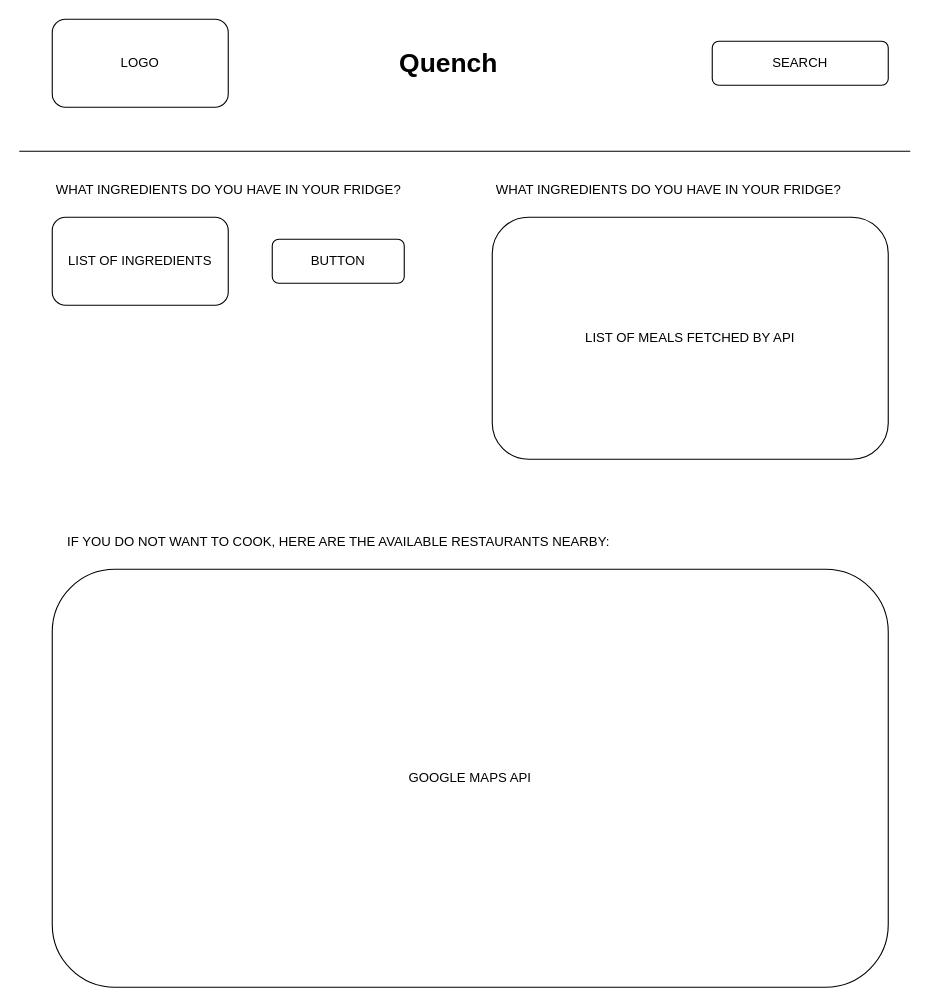
Earlier version of the draw.io diagram page "Page-1" (1 of 4) of QuenchWireframe.drawio (Shaitan5723/07-Project-Satisfy). Source tidied: cells renumbered, new cells numbered last; positions are measured from the earlier drawing's top-left corner, leaving out a move shared by most shapes. Both pictures are drawn from the tidied source at 110%, with x=0, y=0 at pixel (19, 19).
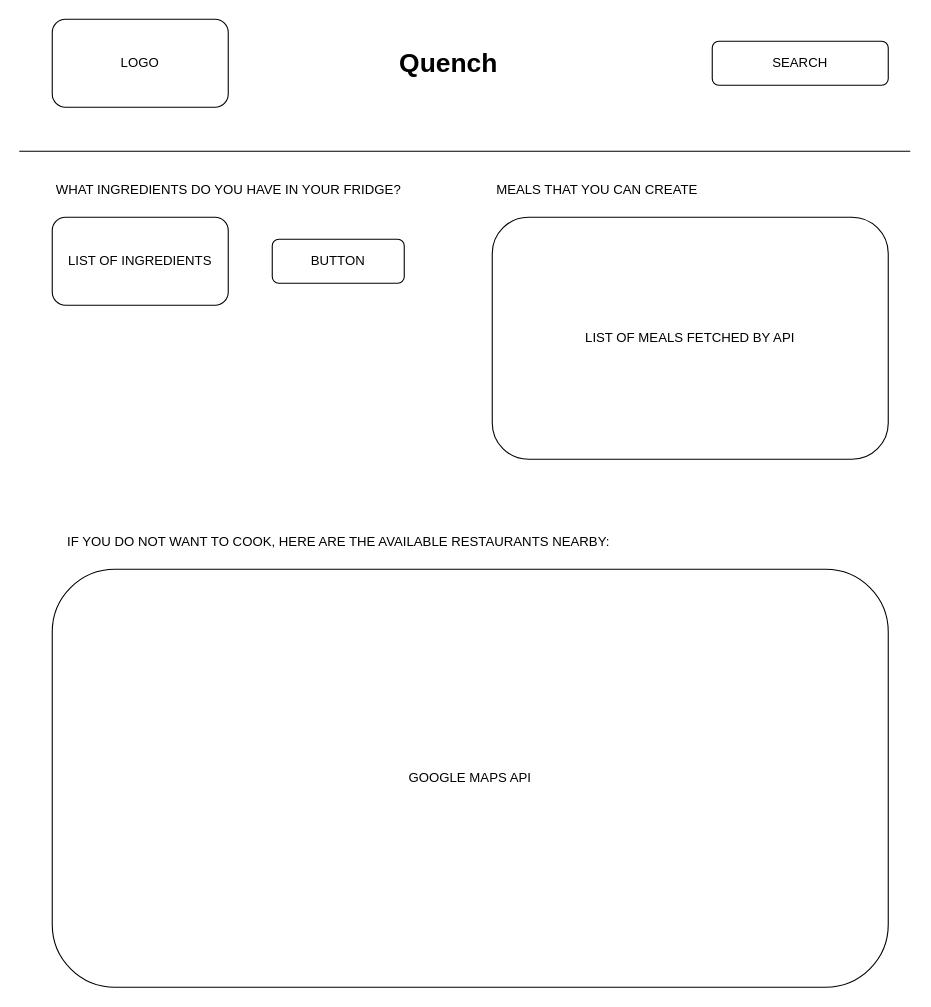
Above is the later version.

The edit, as a diff of the source:
```diff
@@
 <mxGraphModel>
   <root>
     <mxCell id="0" />
     <mxCell id="1" parent="0" />
     <mxCell id="2" value="LOGO" style="rounded=1;whiteSpace=wrap;html=1;" parent="1" vertex="1">
       <mxGeometry x="30" width="160" height="80" as="geometry" />
     </mxCell>
     <mxCell id="3" style="endArrow=none;html=1;rounded=0;" parent="1" edge="1">
       <mxGeometry relative="1" as="geometry">
         <mxPoint y="120" as="sourcePoint" />
         <mxPoint x="810" y="120" as="targetPoint" />
       </mxGeometry>
     </mxCell>
     <mxCell id="4" value="Quench" style="text;strokeColor=none;fillColor=none;html=1;fontSize=24;fontStyle=1;verticalAlign=middle;align=center;" parent="1" vertex="1">
       <mxGeometry x="340" y="20" width="100" height="40" as="geometry" />
     </mxCell>
     <mxCell id="5" value="SEARCH" style="rounded=1;whiteSpace=wrap;html=1;" parent="1" vertex="1">
       <mxGeometry x="630" y="20" width="160" height="40" as="geometry" />
     </mxCell>
     <mxCell id="6" value="WHAT INGREDIENTS DO YOU HAVE IN YOUR FRIDGE?" style="text;html=1;align=center;verticalAlign=middle;strokeColor=none;fillColor=none;" parent="1" vertex="1">
       <mxGeometry x="20" y="140" width="340" height="30" as="geometry" />
     </mxCell>
     <mxCell id="7" value="LIST OF INGREDIENTS" style="rounded=1;whiteSpace=wrap;html=1;" parent="1" vertex="1">
       <mxGeometry x="30" y="180" width="160" height="80" as="geometry" />
     </mxCell>
     <mxCell id="8" value="BUTTON" style="rounded=1;whiteSpace=wrap;html=1;" parent="1" vertex="1">
       <mxGeometry x="230" y="200" width="120" height="40" as="geometry" />
     </mxCell>
-    <mxCell id="9" value="WHAT INGREDIENTS DO YOU HAVE IN YOUR FRIDGE?" style="text;html=1;align=center;verticalAlign=middle;strokeColor=none;fillColor=none;" parent="1" vertex="1">
-      <mxGeometry x="420" y="140" width="340" height="30" as="geometry" />
+    <mxCell id="9" value="MEALS THAT YOU CAN CREATE" style="text;html=1;align=center;verticalAlign=middle;strokeColor=none;fillColor=none;" parent="1" vertex="1">
+      <mxGeometry x="420" y="140" width="210" height="30" as="geometry" />
     </mxCell>
     <mxCell id="10" value="LIST OF MEALS FETCHED BY API" style="rounded=1;whiteSpace=wrap;html=1;" parent="1" vertex="1">
       <mxGeometry x="430" y="180" width="360" height="220" as="geometry" />
     </mxCell>
     <mxCell id="11" value="IF YOU DO NOT WANT TO COOK, HERE ARE THE AVAILABLE RESTAURANTS NEARBY:" style="text;html=1;align=center;verticalAlign=middle;strokeColor=none;fillColor=none;" parent="1" vertex="1">
       <mxGeometry x="30" y="460" width="520" height="30" as="geometry" />
     </mxCell>
     <mxCell id="12" value="GOOGLE MAPS API" style="rounded=1;whiteSpace=wrap;html=1;" parent="1" vertex="1">
       <mxGeometry x="30" y="500" width="760" height="380" as="geometry" />
     </mxCell>
   </root>
 </mxGraphModel>
```
